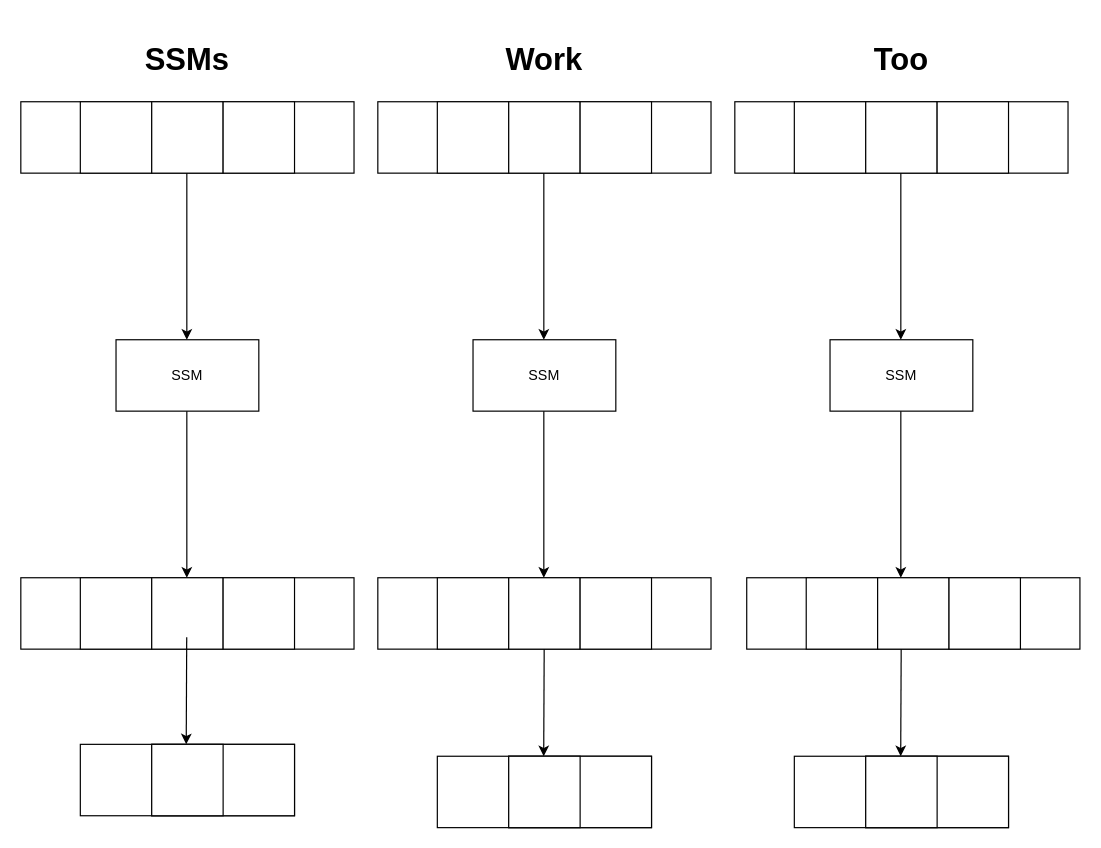
Earlier version of the draw.io diagram Untitled Diagram.drawio (JaynouOliver/nlptelco). Source tidied: cells renumbered, new cells numbered last; positions are measured from the earlier drawing's top-left corner, leaving out a move shared by most shapes. Both pictures are drawn from the tidied source at 119%, with x=0, y=0 at pixel (20, 42).
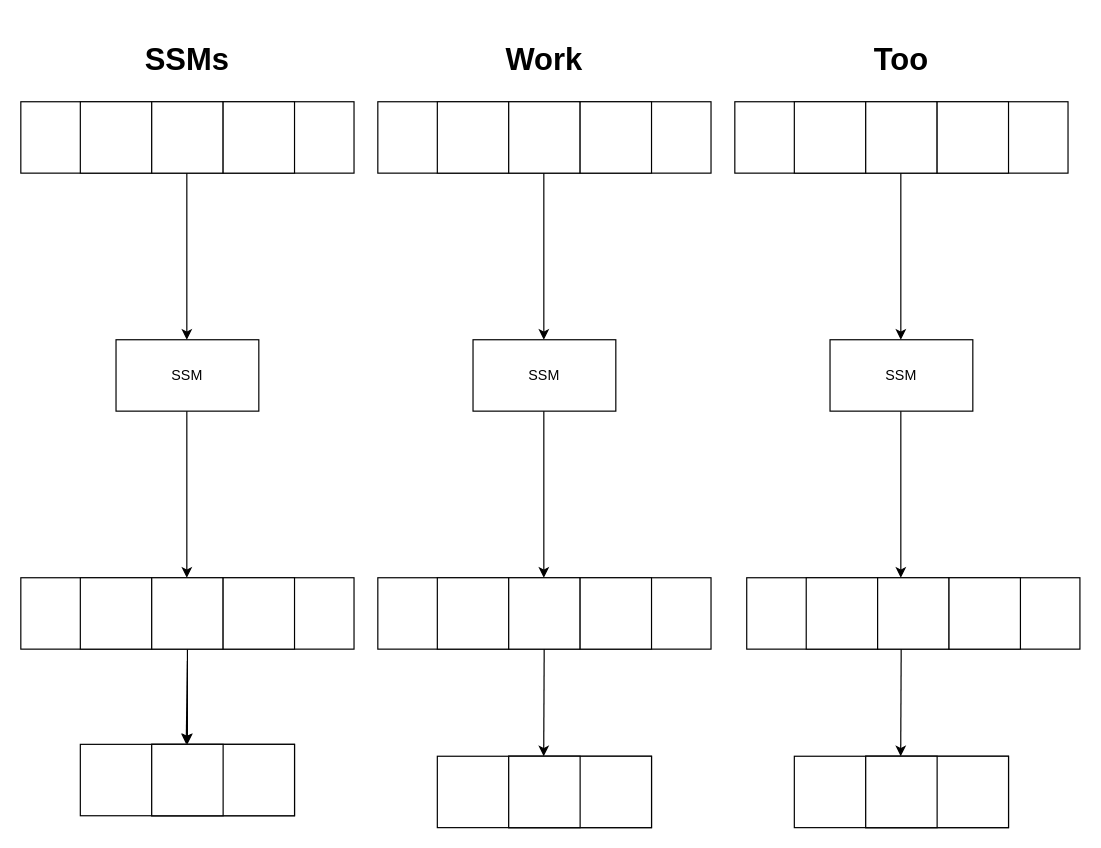
The same diagram, later.

The change refers to these unchanged cells:
```xml
<mxCell id="28" style="rounded=0;whiteSpace=wrap;html=1;" parent="1" vertex="1">
  <mxGeometry x="110" y="450" width="60" height="60" as="geometry" />
</mxCell>
<mxCell id="43" style="rounded=0;whiteSpace=wrap;html=1;" parent="1" vertex="1">
  <mxGeometry x="110" y="590" width="60" height="60" as="geometry" />
</mxCell>
```

Diff of the diagram source:
```diff
@@
+    <mxCell id="53" style="edgeStyle=orthogonalEdgeStyle;rounded=0;jettySize=auto;html=1;" parent="1" edge="1" source="28" target="43">
+      <mxGeometry relative="1" as="geometry" />
+    </mxCell>
@@
     <mxCell id="38" style="endArrow=classic;html=1;rounded=0;" parent="1" edge="1">
       <mxGeometry relative="1" as="geometry">
-        <mxPoint x="139.4" y="500" as="sourcePoint" />
+        <mxPoint x="140" y="520" as="sourcePoint" />
         <mxPoint x="139" y="590" as="targetPoint" />
       </mxGeometry>
     </mxCell>
```
